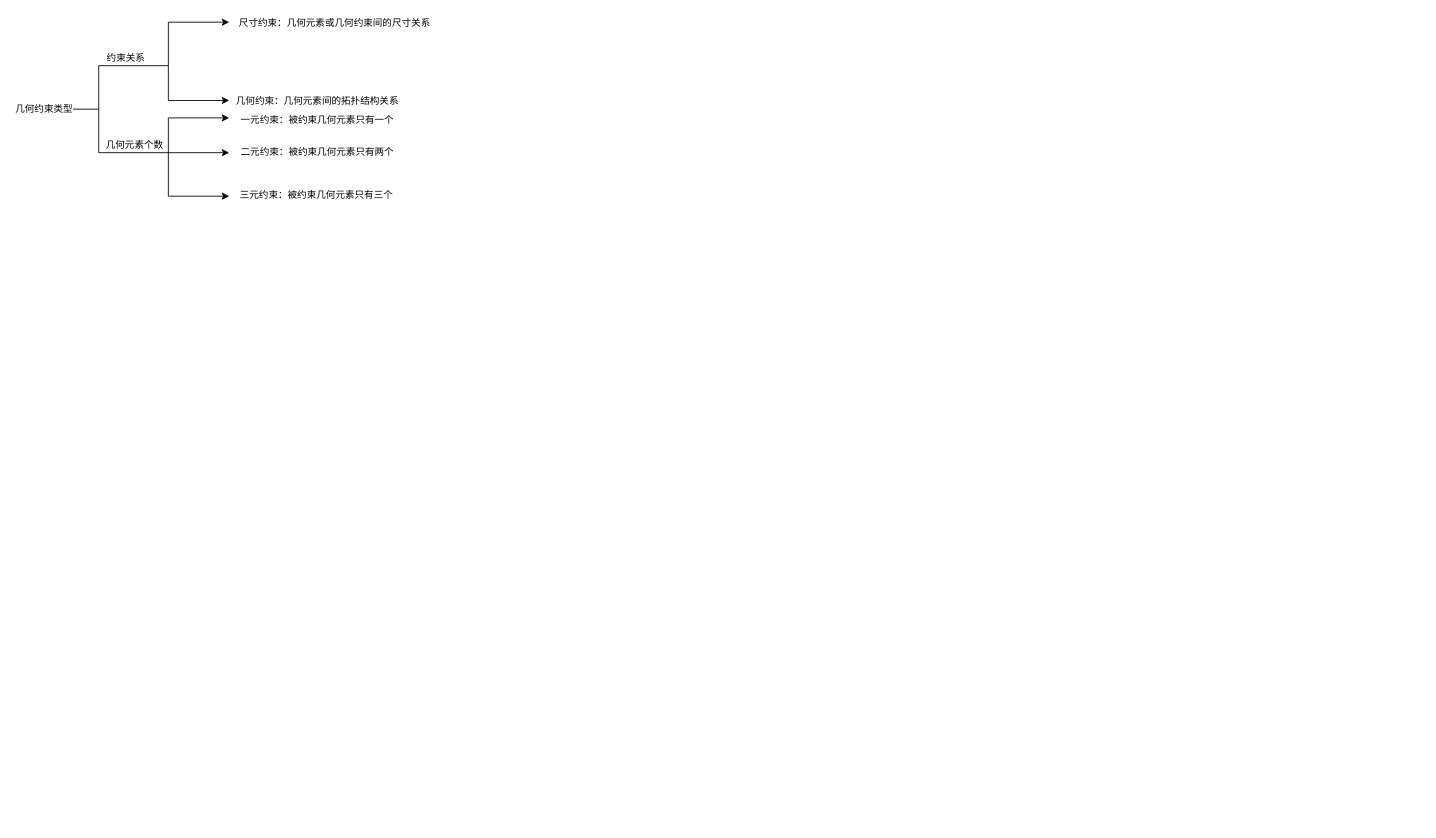
The draw.io diagram 约束类型分别.drawio in liuhuliuhu123/First-test, before the edit. Source tidied: cells renumbered, new cells numbered last; positions are measured from the earlier drawing's top-left corner, leaving out a move shared by most shapes. Both pictures are drawn from the tidied source at 87%, with x=0, y=0 at pixel (29, 22).
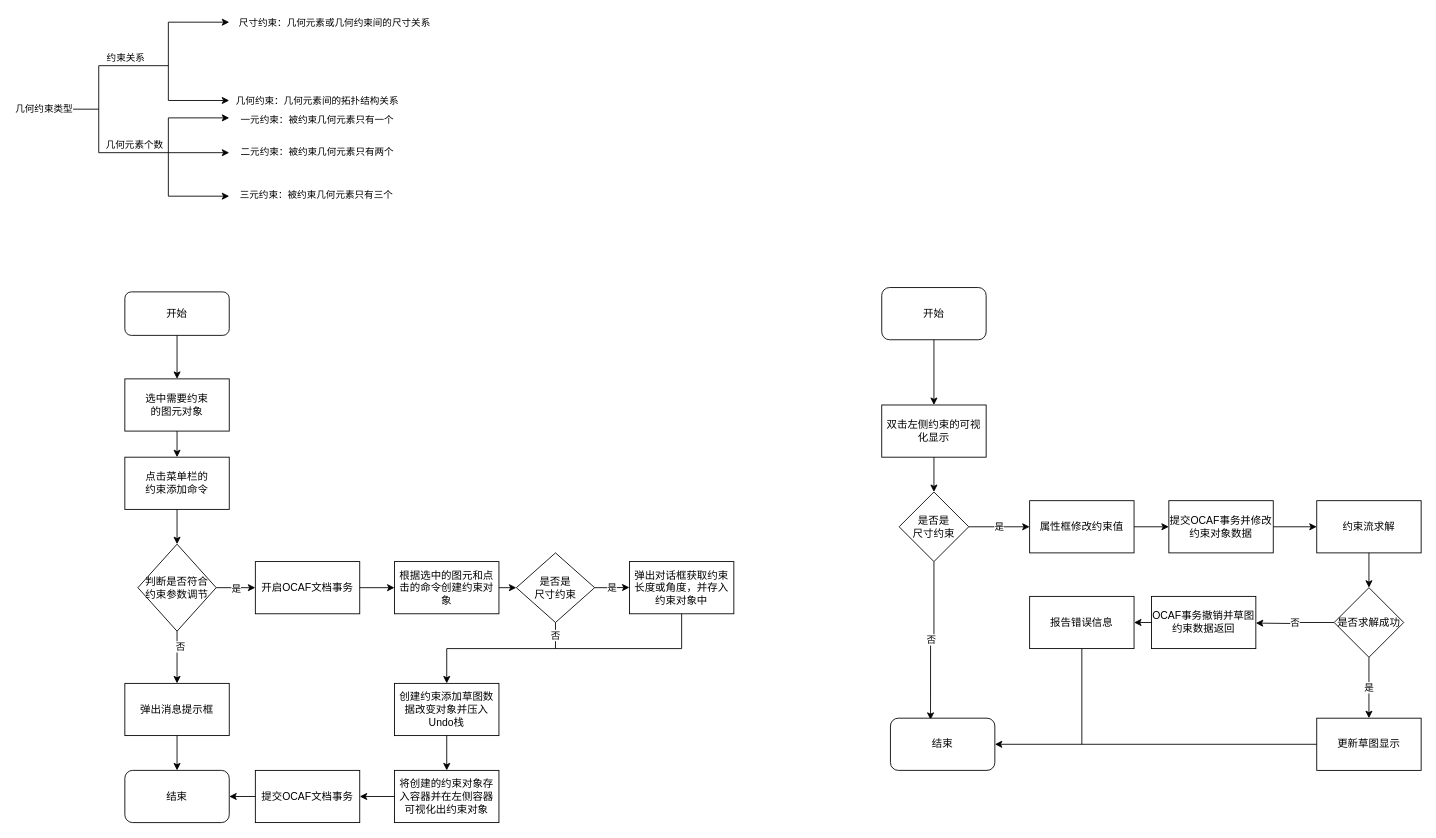
After the change.

Commit message:
更新约束类型分别.drawio

Change to the diagram source:
```diff
@@
+    <mxCell id="17" value="开始" style="rounded=1;whiteSpace=wrap;html=1;" parent="1" vertex="1">
+      <mxGeometry x="110" y="310" width="120" height="50" as="geometry" />
+    </mxCell>
+    <mxCell id="18" style="endArrow=classic;html=1;rounded=0;exitX=0.5;exitY=1;exitDx=0;exitDy=0;" parent="1" edge="1" source="17">
+      <mxGeometry relative="1" as="geometry">
+        <mxPoint x="170" y="410" as="targetPoint" />
+      </mxGeometry>
+    </mxCell>
+    <mxCell id="19" value="选中需要约束&lt;br&gt;的图元对象" style="rounded=0;whiteSpace=wrap;html=1;" parent="1" vertex="1">
+      <mxGeometry x="110" y="410" width="120" height="60" as="geometry" />
+    </mxCell>
+    <mxCell id="20" style="endArrow=classic;html=1;rounded=0;exitX=0.5;exitY=1;exitDx=0;exitDy=0;" parent="1" edge="1" source="19">
+      <mxGeometry relative="1" as="geometry">
+        <mxPoint x="170" y="500" as="targetPoint" />
+      </mxGeometry>
+    </mxCell>
+    <mxCell id="21" value="点击菜单栏的&lt;br&gt;约束添加命令" style="rounded=0;whiteSpace=wrap;html=1;" parent="1" vertex="1">
+      <mxGeometry x="110" y="500" width="120" height="60" as="geometry" />
+    </mxCell>
+    <mxCell id="22" style="endArrow=classic;html=1;rounded=0;exitX=0.5;exitY=1;exitDx=0;exitDy=0;entryX=0.5;entryY=0;entryDx=0;entryDy=0;" parent="1" edge="1" source="21" target="24">
+      <mxGeometry relative="1" as="geometry" />
+    </mxCell>
+    <mxCell id="23" value="是" style="edgeStyle=orthogonalEdgeStyle;rounded=0;jettySize=auto;html=1;exitX=1;exitY=0.5;exitDx=0;exitDy=0;" parent="1" edge="1" source="24">
+      <mxGeometry relative="1" as="geometry">
+        <mxPoint x="260" y="650" as="targetPoint" />
+      </mxGeometry>
+    </mxCell>
+    <mxCell id="24" value="判断是否符合&lt;br&gt;约束参数调节" style="rhombus;whiteSpace=wrap;html=1;" parent="1" vertex="1">
+      <mxGeometry x="125" y="600" width="90" height="100" as="geometry" />
+    </mxCell>
+    <mxCell id="25" style="endArrow=classic;html=1;rounded=0;exitX=0.5;exitY=1;exitDx=0;exitDy=0;" parent="1" edge="1" source="24">
+      <mxGeometry relative="1" as="geometry">
+        <mxPoint x="170" y="760" as="targetPoint" />
+      </mxGeometry>
+    </mxCell>
+    <mxCell id="26" value="否" style="edgeLabel;html=1;align=center;verticalAlign=middle;" parent="25" vertex="1">
+      <mxGeometry x="-0.43" y="3" relative="1" as="geometry" />
+    </mxCell>
+    <mxCell id="27" value="弹出消息提示框" style="rounded=0;whiteSpace=wrap;html=1;" parent="1" vertex="1">
+      <mxGeometry x="110" y="760" width="120" height="60" as="geometry" />
+    </mxCell>
+    <mxCell id="28" style="endArrow=classic;html=1;rounded=0;exitX=0.5;exitY=1;exitDx=0;exitDy=0;" parent="1" edge="1" source="27">
+      <mxGeometry relative="1" as="geometry">
+        <mxPoint x="170" y="860" as="targetPoint" />
+      </mxGeometry>
+    </mxCell>
+    <mxCell id="29" value="结束" style="rounded=1;whiteSpace=wrap;html=1;" parent="1" vertex="1">
+      <mxGeometry x="110" y="860" width="120" height="60" as="geometry" />
+    </mxCell>
+    <mxCell id="30" value="开启OCAF文档事务" style="rounded=0;whiteSpace=wrap;html=1;" parent="1" vertex="1">
+      <mxGeometry x="260" y="620" width="120" height="60" as="geometry" />
+    </mxCell>
+    <mxCell id="31" style="endArrow=classic;html=1;rounded=0;exitX=1;exitY=0.5;exitDx=0;exitDy=0;" parent="1" edge="1" source="30">
+      <mxGeometry relative="1" as="geometry">
+        <mxPoint x="420" y="650" as="targetPoint" />
+      </mxGeometry>
+    </mxCell>
+    <mxCell id="32" value="根据选中的图元和点击的命令创建约束对象" style="rounded=0;whiteSpace=wrap;html=1;" parent="1" vertex="1">
+      <mxGeometry x="420" y="620" width="120" height="60" as="geometry" />
+    </mxCell>
+    <mxCell id="33" value="创建约束添加草图数据改变对象并压入Undo栈" style="rounded=0;whiteSpace=wrap;html=1;" parent="1" vertex="1">
+      <mxGeometry x="420" y="760" width="120" height="60" as="geometry" />
+    </mxCell>
+    <mxCell id="34" style="endArrow=classic;html=1;rounded=0;exitX=0.5;exitY=1;exitDx=0;exitDy=0;" parent="1" edge="1" source="33">
+      <mxGeometry relative="1" as="geometry">
+        <mxPoint x="480" y="860" as="targetPoint" />
+      </mxGeometry>
+    </mxCell>
+    <mxCell id="35" value="将创建的约束对象存入容器并在左侧容器可视化出约束对象" style="rounded=0;whiteSpace=wrap;html=1;" parent="1" vertex="1">
+      <mxGeometry x="420" y="860" width="120" height="60" as="geometry" />
+    </mxCell>
+    <mxCell id="36" style="endArrow=classic;html=1;rounded=0;exitX=0;exitY=0.5;exitDx=0;exitDy=0;" parent="1" edge="1" source="35">
+      <mxGeometry relative="1" as="geometry">
+        <mxPoint x="380" y="890" as="targetPoint" />
+      </mxGeometry>
+    </mxCell>
+    <mxCell id="37" value="提交OCAF文档事务" style="rounded=0;whiteSpace=wrap;html=1;" parent="1" vertex="1">
+      <mxGeometry x="260" y="860" width="120" height="60" as="geometry" />
+    </mxCell>
+    <mxCell id="38" style="endArrow=classic;html=1;rounded=0;exitX=0;exitY=0.5;exitDx=0;exitDy=0;entryX=1;entryY=0.5;entryDx=0;entryDy=0;" parent="1" edge="1" source="37" target="29">
+      <mxGeometry relative="1" as="geometry" />
+    </mxCell>
+    <mxCell id="39" style="endArrow=classic;html=1;rounded=0;exitX=1;exitY=0.5;exitDx=0;exitDy=0;" parent="1" edge="1" source="32" target="41">
+      <mxGeometry relative="1" as="geometry" />
+    </mxCell>
+    <mxCell id="40" value="是" style="edgeStyle=orthogonalEdgeStyle;rounded=0;jettySize=auto;html=1;exitX=1;exitY=0.5;exitDx=0;exitDy=0;" parent="1" edge="1" source="41">
+      <mxGeometry relative="1" as="geometry">
+        <mxPoint x="690" y="649.7" as="targetPoint" />
+      </mxGeometry>
+    </mxCell>
+    <mxCell id="41" value="是否是&lt;br&gt;尺寸约束" style="rhombus;whiteSpace=wrap;html=1;" parent="1" vertex="1">
+      <mxGeometry x="560" y="610" width="90" height="80" as="geometry" />
+    </mxCell>
+    <mxCell id="42" value="弹出对话框获取约束长度或角度，并存入约束对象中" style="rounded=0;whiteSpace=wrap;html=1;" parent="1" vertex="1">
+      <mxGeometry x="690" y="620" width="120" height="60" as="geometry" />
+    </mxCell>
+    <mxCell id="43" style="endArrow=classic;html=1;rounded=0;exitX=0.5;exitY=1;exitDx=0;exitDy=0;edgeStyle=orthogonalEdgeStyle;entryX=0.5;entryY=0;entryDx=0;entryDy=0;" parent="1" edge="1" source="42" target="33">
+      <mxGeometry relative="1" as="geometry" />
+    </mxCell>
+    <mxCell id="44" value="否" style="endArrow=none;html=1;rounded=0;entryX=0.5;entryY=1;entryDx=0;entryDy=0;" parent="1" edge="1" target="41">
+      <mxGeometry relative="1" as="geometry">
+        <mxPoint x="605" y="720" as="sourcePoint" />
+      </mxGeometry>
+    </mxCell>
+    <mxCell id="45" value="开始" style="rounded=1;whiteSpace=wrap;html=1;" parent="1" vertex="1">
+      <mxGeometry x="980" y="305" width="120" height="60" as="geometry" />
+    </mxCell>
+    <mxCell id="46" style="endArrow=classic;html=1;rounded=0;exitX=0.5;exitY=1;exitDx=0;exitDy=0;" parent="1" edge="1" source="45">
+      <mxGeometry relative="1" as="geometry">
+        <mxPoint x="1040" y="440" as="targetPoint" />
+      </mxGeometry>
+    </mxCell>
+    <mxCell id="47" value="双击左侧约束的可视化显示" style="rounded=0;whiteSpace=wrap;html=1;" parent="1" vertex="1">
+      <mxGeometry x="980" y="440" width="120" height="60" as="geometry" />
+    </mxCell>
+    <mxCell id="48" style="endArrow=classic;html=1;rounded=0;exitX=0.5;exitY=1;exitDx=0;exitDy=0;" parent="1" edge="1" source="47">
+      <mxGeometry relative="1" as="geometry">
+        <mxPoint x="1040" y="540" as="targetPoint" />
+      </mxGeometry>
+    </mxCell>
+    <mxCell id="49" value="否" style="edgeStyle=orthogonalEdgeStyle;rounded=0;jettySize=auto;html=1;exitX=0.5;exitY=1;exitDx=0;exitDy=0;entryX=0.384;entryY=0.031;entryDx=0;entryDy=0;entryPerimeter=0;" parent="1" edge="1" source="51" target="52">
+      <mxGeometry relative="1" as="geometry" />
+    </mxCell>
+    <mxCell id="50" value="是" style="edgeStyle=orthogonalEdgeStyle;rounded=0;jettySize=auto;html=1;exitX=1;exitY=0.5;exitDx=0;exitDy=0;" parent="1" edge="1" source="51">
+      <mxGeometry relative="1" as="geometry">
+        <mxPoint x="1150" y="580" as="targetPoint" />
+      </mxGeometry>
+    </mxCell>
+    <mxCell id="51" value="是否是&lt;br&gt;尺寸约束" style="rhombus;whiteSpace=wrap;html=1;" parent="1" vertex="1">
+      <mxGeometry x="1000" y="540" width="80" height="80" as="geometry" />
+    </mxCell>
+    <mxCell id="52" value="结束" style="rounded=1;whiteSpace=wrap;html=1;" parent="1" vertex="1">
+      <mxGeometry x="990" y="800" width="120" height="60" as="geometry" />
+    </mxCell>
+    <mxCell id="53" value="属性框修改约束值" style="rounded=0;whiteSpace=wrap;html=1;" parent="1" vertex="1">
+      <mxGeometry x="1150" y="550" width="120" height="60" as="geometry" />
+    </mxCell>
+    <mxCell id="54" style="endArrow=classic;html=1;rounded=0;exitX=1;exitY=0.5;exitDx=0;exitDy=0;" parent="1" edge="1" source="53">
+      <mxGeometry relative="1" as="geometry">
+        <mxPoint x="1310" y="580" as="targetPoint" />
+      </mxGeometry>
+    </mxCell>
+    <mxCell id="55" value="提交OCAF事务并修改约束对象数据" style="rounded=0;whiteSpace=wrap;html=1;" parent="1" vertex="1">
+      <mxGeometry x="1310" y="550" width="120" height="60" as="geometry" />
+    </mxCell>
+    <mxCell id="56" style="endArrow=classic;html=1;rounded=0;exitX=1;exitY=0.5;exitDx=0;exitDy=0;" parent="1" edge="1" source="55">
+      <mxGeometry relative="1" as="geometry">
+        <mxPoint x="1480" y="580" as="targetPoint" />
+      </mxGeometry>
+    </mxCell>
+    <mxCell id="57" value="约束流求解" style="rounded=0;whiteSpace=wrap;html=1;" parent="1" vertex="1">
+      <mxGeometry x="1480" y="550" width="120" height="60" as="geometry" />
+    </mxCell>
+    <mxCell id="58" style="endArrow=classic;html=1;rounded=0;exitX=0.5;exitY=1;exitDx=0;exitDy=0;" parent="1" edge="1" source="57">
+      <mxGeometry relative="1" as="geometry">
+        <mxPoint x="1540" y="650" as="targetPoint" />
+      </mxGeometry>
+    </mxCell>
+    <mxCell id="59" value="是" style="edgeStyle=orthogonalEdgeStyle;rounded=0;jettySize=auto;html=1;exitX=0.5;exitY=1;exitDx=0;exitDy=0;entryX=0.5;entryY=0;entryDx=0;entryDy=0;" parent="1" edge="1" source="61" target="62">
+      <mxGeometry relative="1" as="geometry" />
+    </mxCell>
+    <mxCell id="60" value="否" style="edgeStyle=orthogonalEdgeStyle;rounded=0;jettySize=auto;html=1;exitX=0;exitY=0.5;exitDx=0;exitDy=0;" parent="1" edge="1" source="61">
+      <mxGeometry relative="1" as="geometry">
+        <mxPoint x="1410" y="690.7" as="targetPoint" />
+      </mxGeometry>
+    </mxCell>
+    <mxCell id="61" value="是否求解成功" style="rhombus;whiteSpace=wrap;html=1;" parent="1" vertex="1">
+      <mxGeometry x="1500" y="650" width="80" height="80" as="geometry" />
+    </mxCell>
+    <mxCell id="62" value="更新草图显示" style="rounded=0;whiteSpace=wrap;html=1;" parent="1" vertex="1">
+      <mxGeometry x="1480" y="800" width="120" height="60" as="geometry" />
+    </mxCell>
+    <mxCell id="63" value="OCAF事务撤销并草图约束数据返回" style="rounded=0;whiteSpace=wrap;html=1;" parent="1" vertex="1">
+      <mxGeometry x="1290" y="660" width="120" height="60" as="geometry" />
+    </mxCell>
+    <mxCell id="64" style="endArrow=classic;html=1;rounded=0;exitX=0;exitY=0.5;exitDx=0;exitDy=0;entryX=1;entryY=0.5;entryDx=0;entryDy=0;" parent="1" edge="1" source="63" target="65">
+      <mxGeometry relative="1" as="geometry" />
+    </mxCell>
+    <mxCell id="65" value="报告错误信息" style="rounded=0;whiteSpace=wrap;html=1;" parent="1" vertex="1">
+      <mxGeometry x="1150" y="660" width="120" height="60" as="geometry" />
+    </mxCell>
+    <mxCell id="66" style="endArrow=classic;html=1;rounded=0;exitX=0;exitY=0.5;exitDx=0;exitDy=0;entryX=1;entryY=0.5;entryDx=0;entryDy=0;" parent="1" edge="1" source="62" target="52">
+      <mxGeometry relative="1" as="geometry" />
+    </mxCell>
+    <mxCell id="67" style="endArrow=none;html=1;rounded=0;entryX=0.5;entryY=1;entryDx=0;entryDy=0;" parent="1" edge="1" target="65">
+      <mxGeometry relative="1" as="geometry">
+        <mxPoint x="1210" y="830" as="sourcePoint" />
+      </mxGeometry>
+    </mxCell>
```
